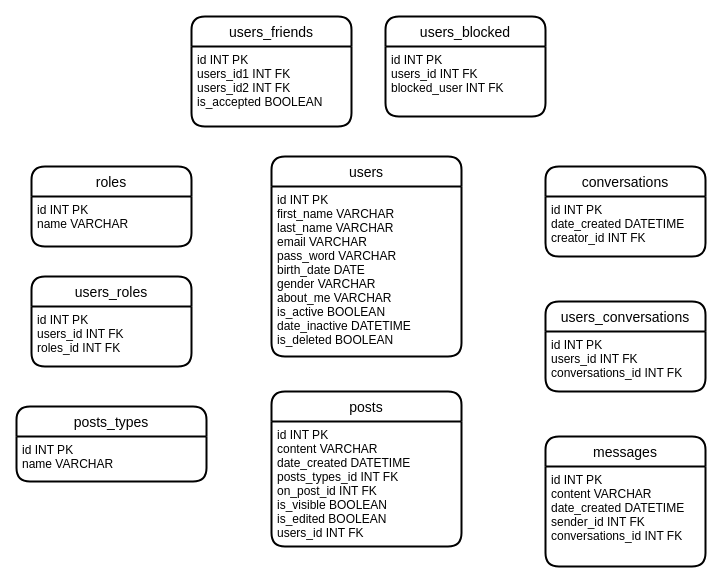
This is UI/KOPPLINGSDIAGRAM.drawio from Radagastno1/Facebook-Lite, a draw.io file, before an edit. Source tidied: cells renumbered, new cells numbered last; positions are measured from the earlier drawing's top-left corner, leaving out a move shared by most shapes. Both pictures are drawn from the tidied source at 100%, with x=0, y=0 at pixel (16, 16).
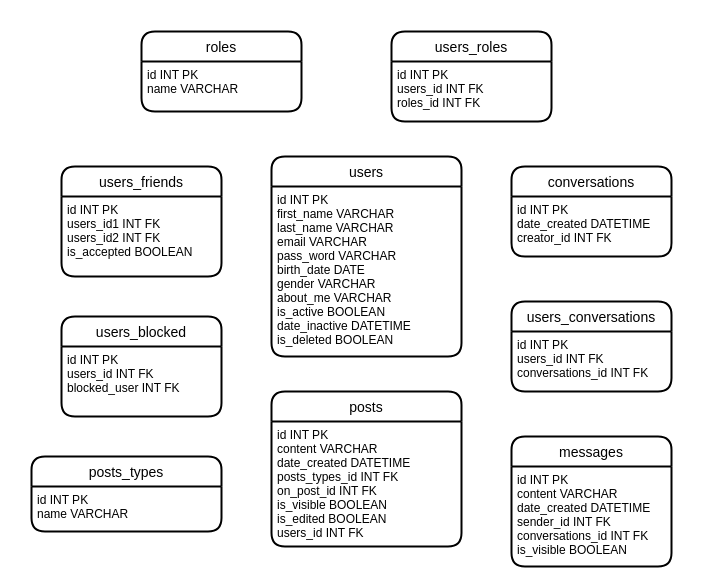
The same diagram, later.

Diff of the diagram source:
```diff
@@
     <mxCell id="2" value="roles" style="swimlane;horizontal=1;startSize=30;rounded=1;fontSize=14;fontStyle=0;strokeWidth=2;shadow=0;dashed=0;align=center;" parent="1" vertex="1">
-      <mxGeometry x="15" y="150" width="160" height="80" as="geometry" />
+      <mxGeometry x="125" y="15" width="160" height="80" as="geometry" />
     </mxCell>
@@
     <mxCell id="4" value="users_roles" style="swimlane;horizontal=1;startSize=30;rounded=1;fontSize=14;fontStyle=0;strokeWidth=2;shadow=0;dashed=0;align=center;" parent="1" vertex="1">
-      <mxGeometry x="15" y="260" width="160" height="90" as="geometry" />
+      <mxGeometry x="375" y="15" width="160" height="90" as="geometry" />
     </mxCell>
@@
     <mxCell id="6" value="users_friends" style="swimlane;horizontal=1;startSize=30;rounded=1;fontSize=14;fontStyle=0;strokeWidth=2;shadow=0;dashed=0;align=center;" parent="1" vertex="1">
-      <mxGeometry x="175" width="160" height="110" as="geometry" />
+      <mxGeometry x="45" y="150" width="160" height="110" as="geometry" />
     </mxCell>
@@
     <mxCell id="9" value="users_blocked" style="swimlane;horizontal=1;startSize=30;rounded=1;fontSize=14;fontStyle=0;strokeWidth=2;shadow=0;dashed=0;align=center;" parent="1" vertex="1">
-      <mxGeometry x="369" width="160" height="100" as="geometry" />
+      <mxGeometry x="45" y="300" width="160" height="100" as="geometry" />
     </mxCell>
@@
     <mxCell id="18" value="posts_types" style="swimlane;horizontal=1;startSize=30;rounded=1;fontSize=14;fontStyle=0;strokeWidth=2;shadow=0;dashed=0;align=center;" parent="1" vertex="1">
-      <mxGeometry y="390" width="190" height="75" as="geometry" />
+      <mxGeometry x="15" y="440" width="190" height="75" as="geometry" />
     </mxCell>
@@
     <mxCell id="21" value="conversations" style="swimlane;horizontal=1;startSize=30;rounded=1;fontSize=14;fontStyle=0;strokeWidth=2;shadow=0;dashed=0;align=center;" parent="1" vertex="1">
-      <mxGeometry x="529" y="150" width="160" height="90" as="geometry" />
+      <mxGeometry x="495" y="150" width="160" height="90" as="geometry" />
     </mxCell>
@@
     <mxCell id="24" value="users_conversations" style="swimlane;horizontal=1;startSize=30;rounded=1;fontSize=14;fontStyle=0;strokeWidth=2;shadow=0;dashed=0;align=center;" parent="1" vertex="1">
-      <mxGeometry x="529" y="285" width="160" height="90" as="geometry" />
+      <mxGeometry x="495" y="285" width="160" height="90" as="geometry" />
     </mxCell>
@@
     <mxCell id="27" value="messages" style="swimlane;horizontal=1;startSize=30;rounded=1;fontSize=14;fontStyle=0;strokeWidth=2;shadow=0;dashed=0;align=center;" parent="1" vertex="1">
-      <mxGeometry x="529" y="420" width="160" height="130" as="geometry" />
+      <mxGeometry x="495" y="420" width="160" height="130" as="geometry" />
     </mxCell>
@@
-    <mxCell id="29" value="id INT PK&#10;content VARCHAR&#10;date_created DATETIME&#10;sender_id INT FK&#10;conversations_id INT FK" style="align=left;strokeColor=none;fillColor=none;spacingLeft=4;fontSize=12;verticalAlign=top;" parent="27" vertex="1">
+    <mxCell id="29" value="id INT PK&#10;content VARCHAR&#10;date_created DATETIME&#10;sender_id INT FK&#10;conversations_id INT FK&#10;is_visible BOOLEAN" style="align=left;strokeColor=none;fillColor=none;spacingLeft=4;fontSize=12;verticalAlign=top;" parent="27" vertex="1">
       <mxGeometry y="30" width="160" height="100" as="geometry" />
     </mxCell>
```
